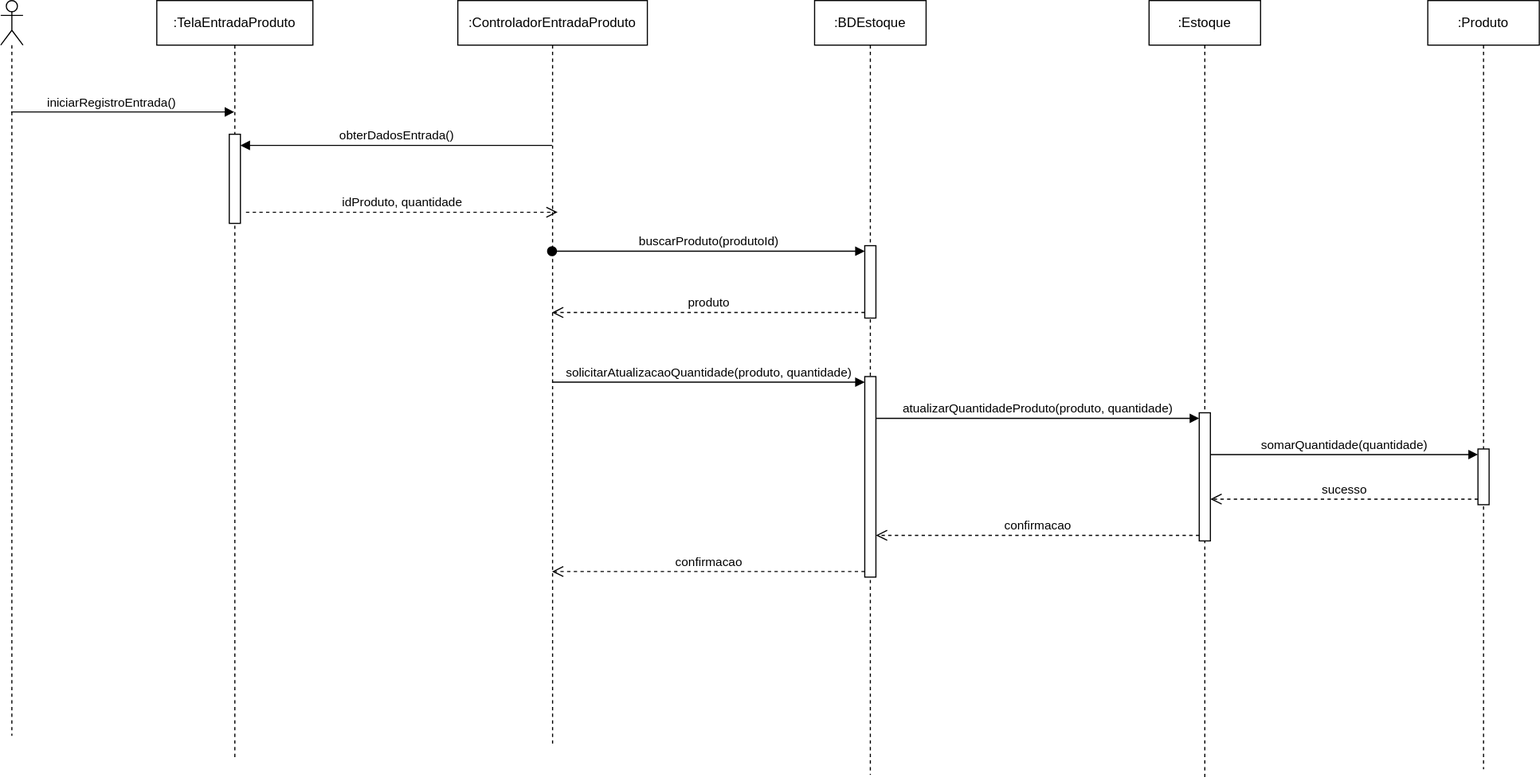
Luca-Saboia/Desenvolvimento-de-Sistemas-II keeps this draw.io diagram as DiagramaSequenciaFinalCorrigido.drawio.svg. Above is the earlier version. Source tidied: cells renumbered, new cells last; positions are measured from the earlier drawing's top-left corner, leaving out a move shared by most shapes. Source of this version:
```xml
<mxGraphModel>
  <root>
    <mxCell id="0" />
    <mxCell id="1" parent="0" />
    <mxCell id="2" style="shape=umlLifeline;perimeter=lifelinePerimeter;whiteSpace=wrap;html=1;newEdgeStyle={&quot;curved&quot;:0,&quot;rounded&quot;:0};participant=umlActor;" parent="1" vertex="1">
      <mxGeometry width="20" height="660" as="geometry" />
    </mxCell>
    <mxCell id="3" value=":TelaEntradaProduto" style="shape=umlLifeline;perimeter=lifelinePerimeter;whiteSpace=wrap;html=1;newEdgeStyle={&quot;curved&quot;:0,&quot;rounded&quot;:0};" parent="1" vertex="1">
      <mxGeometry x="140" width="140" height="680" as="geometry" />
    </mxCell>
    <mxCell id="4" style="html=1;points=[[0,0,0,0,5],[0,1,0,0,-5],[1,0,0,0,5],[1,1,0,0,-5]];perimeter=orthogonalPerimeter;outlineConnect=0;targetShapes=umlLifeline;portConstraint=eastwest;newEdgeStyle={&quot;curved&quot;:0,&quot;rounded&quot;:0};" parent="3" vertex="1">
      <mxGeometry x="65" y="120" width="10" height="80" as="geometry" />
    </mxCell>
    <mxCell id="5" value=":ControladorEntradaProduto" style="shape=umlLifeline;perimeter=lifelinePerimeter;whiteSpace=wrap;html=1;outlineConnect=0;portConstraint=eastwest;newEdgeStyle={&quot;curved&quot;:0,&quot;rounded&quot;:0};" parent="1" vertex="1">
      <mxGeometry x="410" width="170" height="670" as="geometry" />
    </mxCell>
    <mxCell id="6" value=":Produto" style="shape=umlLifeline;perimeter=lifelinePerimeter;whiteSpace=wrap;html=1;newEdgeStyle={&quot;curved&quot;:0,&quot;rounded&quot;:0};size=40;" parent="1" vertex="1">
      <mxGeometry x="1280" width="100" height="690" as="geometry" />
    </mxCell>
    <mxCell id="7" style="html=1;points=[[0,0,0,0,5],[0,1,0,0,-5],[1,0,0,0,5],[1,1,0,0,-5]];perimeter=orthogonalPerimeter;outlineConnect=0;targetShapes=umlLifeline;portConstraint=eastwest;newEdgeStyle={&quot;curved&quot;:0,&quot;rounded&quot;:0};" parent="6" vertex="1">
      <mxGeometry x="45" y="402.5" width="10" height="50" as="geometry" />
    </mxCell>
    <mxCell id="8" value=":Estoque" style="shape=umlLifeline;perimeter=lifelinePerimeter;whiteSpace=wrap;html=1;newEdgeStyle={&quot;curved&quot;:0,&quot;rounded&quot;:0};" parent="1" vertex="1">
      <mxGeometry x="1030" width="100" height="700" as="geometry" />
    </mxCell>
    <mxCell id="9" style="html=1;points=[[0,0,0,0,5],[0,1,0,0,-5],[1,0,0,0,5],[1,1,0,0,-5]];perimeter=orthogonalPerimeter;outlineConnect=0;targetShapes=umlLifeline;portConstraint=eastwest;newEdgeStyle={&quot;curved&quot;:0,&quot;rounded&quot;:0};" parent="8" vertex="1">
      <mxGeometry x="45" y="370" width="10" height="115" as="geometry" />
    </mxCell>
    <mxCell id="10" value="buscarProduto(produtoId)" style="html=1;verticalAlign=bottom;startArrow=oval;endArrow=block;startSize=8;curved=0;rounded=0;entryX=0;entryY=0;entryDx=0;entryDy=5;" parent="1" edge="1" source="5" target="15">
      <mxGeometry relative="1" as="geometry" />
    </mxCell>
    <mxCell id="11" value="produto" style="html=1;verticalAlign=bottom;endArrow=open;dashed=1;endSize=8;curved=0;rounded=0;exitX=0;exitY=1;exitDx=0;exitDy=-5;exitPerimeter=0;" parent="1" edge="1" source="15" target="5">
      <mxGeometry relative="1" as="geometry" />
    </mxCell>
    <mxCell id="12" style="endArrow=block;endFill=1;html=1;edgeStyle=orthogonalEdgeStyle;align=left;verticalAlign=top;rounded=0;" parent="1" edge="1">
      <mxGeometry x="-0.79" y="60" relative="1" as="geometry">
        <mxPoint x="9.3" y="100" as="sourcePoint" />
        <mxPoint x="209.5" y="100" as="targetPoint" />
        <Array as="points">
          <mxPoint x="110" y="100" />
          <mxPoint x="110" y="100" />
        </Array>
        <mxPoint x="-1" as="offset" />
      </mxGeometry>
    </mxCell>
    <mxCell id="13" value="iniciarRegistroEntrada()" style="edgeLabel;html=1;align=left;verticalAlign=bottom;" parent="12" vertex="1">
      <mxGeometry x="-1" relative="1" as="geometry">
        <mxPoint x="31" as="offset" />
      </mxGeometry>
    </mxCell>
    <mxCell id="14" value=":BDEstoque" style="shape=umlLifeline;perimeter=lifelinePerimeter;whiteSpace=wrap;html=1;newEdgeStyle={&quot;curved&quot;:0,&quot;rounded&quot;:0};" parent="1" vertex="1">
      <mxGeometry x="730" width="100" height="695" as="geometry" />
    </mxCell>
    <mxCell id="15" style="html=1;points=[[0,0,0,0,5],[0,1,0,0,-5],[1,0,0,0,5],[1,1,0,0,-5]];perimeter=orthogonalPerimeter;outlineConnect=0;targetShapes=umlLifeline;portConstraint=eastwest;newEdgeStyle={&quot;curved&quot;:0,&quot;rounded&quot;:0};" parent="14" vertex="1">
      <mxGeometry x="45" y="220" width="10" height="65" as="geometry" />
    </mxCell>
    <mxCell id="16" style="html=1;points=[[0,0,0,0,5],[0,1,0,0,-5],[1,0,0,0,5],[1,1,0,0,-5]];perimeter=orthogonalPerimeter;outlineConnect=0;targetShapes=umlLifeline;portConstraint=eastwest;newEdgeStyle={&quot;curved&quot;:0,&quot;rounded&quot;:0};" parent="14" vertex="1">
      <mxGeometry x="45" y="337.5" width="10" height="180" as="geometry" />
    </mxCell>
    <mxCell id="17" value="solicitarAtualizacaoQuantidade(produto, quantidade)" style="html=1;verticalAlign=bottom;endArrow=block;curved=0;rounded=0;entryX=0;entryY=0;entryDx=0;entryDy=5;" parent="1" edge="1" source="5" target="16">
      <mxGeometry relative="1" as="geometry" />
    </mxCell>
    <mxCell id="18" value="confirmacao" style="html=1;verticalAlign=bottom;endArrow=open;dashed=1;endSize=8;curved=0;rounded=0;exitX=0;exitY=1;exitDx=0;exitDy=-5;" parent="1" edge="1" source="16" target="5">
      <mxGeometry relative="1" as="geometry" />
    </mxCell>
    <mxCell id="19" value="confirmacao" style="html=1;verticalAlign=bottom;endArrow=open;dashed=1;endSize=8;curved=0;rounded=0;exitX=0;exitY=1;exitDx=0;exitDy=-5;" parent="1" edge="1" source="9" target="16">
      <mxGeometry relative="1" as="geometry" />
    </mxCell>
    <mxCell id="20" value="atualizarQuantidadeProduto(produto, quantidade)" style="html=1;verticalAlign=bottom;endArrow=block;curved=0;rounded=0;entryX=0;entryY=0;entryDx=0;entryDy=5;entryPerimeter=0;" parent="1" edge="1" source="16" target="9">
      <mxGeometry relative="1" as="geometry" />
    </mxCell>
    <mxCell id="21" value="sucesso" style="html=1;verticalAlign=bottom;endArrow=open;dashed=1;endSize=8;curved=0;rounded=0;exitX=0;exitY=1;exitDx=0;exitDy=-5;" parent="1" edge="1" source="7" target="9">
      <mxGeometry relative="1" as="geometry" />
    </mxCell>
    <mxCell id="22" value="somarQuantidade(quantidade)" style="html=1;verticalAlign=bottom;endArrow=block;curved=0;rounded=0;entryX=0;entryY=0;entryDx=0;entryDy=5;" parent="1" edge="1" source="9" target="7">
      <mxGeometry relative="1" as="geometry" />
    </mxCell>
    <mxCell id="23" value="idProduto, quantidade" style="html=1;verticalAlign=bottom;endArrow=open;dashed=1;endSize=8;curved=0;rounded=0;" parent="1" edge="1">
      <mxGeometry relative="1" as="geometry">
        <mxPoint x="220" y="190" as="sourcePoint" />
        <mxPoint x="499.5" y="190" as="targetPoint" />
      </mxGeometry>
    </mxCell>
    <mxCell id="24" value="obterDadosEntrada()" style="html=1;verticalAlign=bottom;endArrow=block;curved=0;rounded=0;" parent="1" edge="1" source="5" target="4">
      <mxGeometry relative="1" as="geometry">
        <Array as="points">
          <mxPoint x="380" y="130" />
        </Array>
      </mxGeometry>
    </mxCell>
  </root>
</mxGraphModel>
```
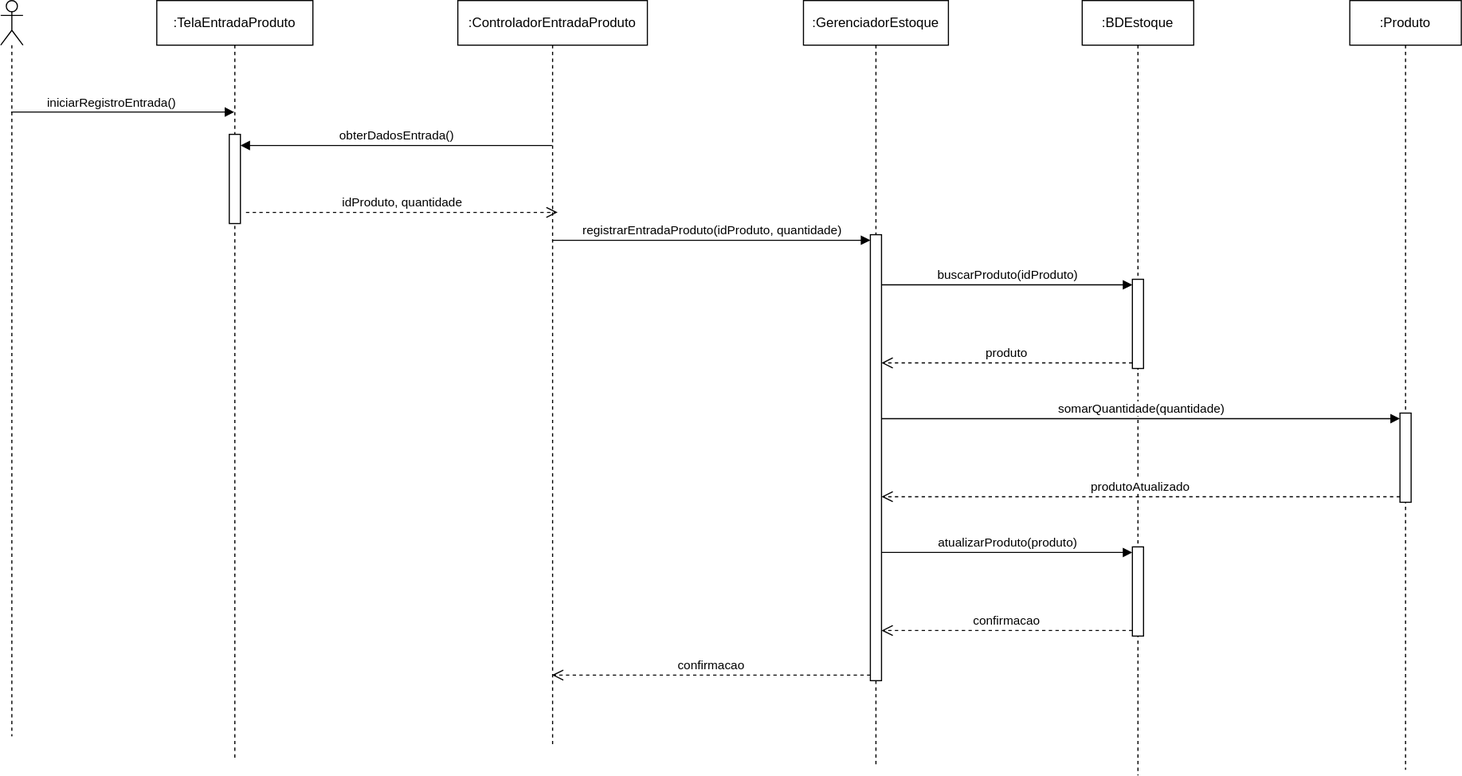
After the change.

Change to the diagram source:
```diff
@@ -15,23 +15,11 @@
       <mxGeometry x="410" width="170" height="670" as="geometry" />
     </mxCell>
     <mxCell id="6" value=":Produto" style="shape=umlLifeline;perimeter=lifelinePerimeter;whiteSpace=wrap;html=1;newEdgeStyle={&quot;curved&quot;:0,&quot;rounded&quot;:0};size=40;" parent="1" vertex="1">
-      <mxGeometry x="1280" width="100" height="690" as="geometry" />
+      <mxGeometry x="1210" width="100" height="690" as="geometry" />
     </mxCell>
-    <mxCell id="7" style="html=1;points=[[0,0,0,0,5],[0,1,0,0,-5],[1,0,0,0,5],[1,1,0,0,-5]];perimeter=orthogonalPerimeter;outlineConnect=0;targetShapes=umlLifeline;portConstraint=eastwest;newEdgeStyle={&quot;curved&quot;:0,&quot;rounded&quot;:0};" parent="6" vertex="1">
-      <mxGeometry x="45" y="402.5" width="10" height="50" as="geometry" />
-    </mxCell>
-    <mxCell id="8" value=":Estoque" style="shape=umlLifeline;perimeter=lifelinePerimeter;whiteSpace=wrap;html=1;newEdgeStyle={&quot;curved&quot;:0,&quot;rounded&quot;:0};" parent="1" vertex="1">
-      <mxGeometry x="1030" width="100" height="700" as="geometry" />
-    </mxCell>
-    <mxCell id="9" style="html=1;points=[[0,0,0,0,5],[0,1,0,0,-5],[1,0,0,0,5],[1,1,0,0,-5]];perimeter=orthogonalPerimeter;outlineConnect=0;targetShapes=umlLifeline;portConstraint=eastwest;newEdgeStyle={&quot;curved&quot;:0,&quot;rounded&quot;:0};" parent="8" vertex="1">
-      <mxGeometry x="45" y="370" width="10" height="115" as="geometry" />
-    </mxCell>
-    <mxCell id="10" value="buscarProduto(produtoId)" style="html=1;verticalAlign=bottom;startArrow=oval;endArrow=block;startSize=8;curved=0;rounded=0;entryX=0;entryY=0;entryDx=0;entryDy=5;" parent="1" edge="1" source="5" target="15">
-      <mxGeometry relative="1" as="geometry" />
-    </mxCell>
-    <mxCell id="11" value="produto" style="html=1;verticalAlign=bottom;endArrow=open;dashed=1;endSize=8;curved=0;rounded=0;exitX=0;exitY=1;exitDx=0;exitDy=-5;exitPerimeter=0;" parent="1" edge="1" source="15" target="5">
-      <mxGeometry relative="1" as="geometry" />
-    </mxCell>
+    <mxCell id="25" style="html=1;points=[[0,0,0,0,5],[0,1,0,0,-5],[1,0,0,0,5],[1,1,0,0,-5]];perimeter=orthogonalPerimeter;outlineConnect=0;targetShapes=umlLifeline;portConstraint=eastwest;newEdgeStyle={&quot;curved&quot;:0,&quot;rounded&quot;:0};" parent="6" vertex="1">
+      <mxGeometry x="45" y="370" width="10" height="80" as="geometry" />
+    </mxCell>
     <mxCell id="12" style="endArrow=block;endFill=1;html=1;edgeStyle=orthogonalEdgeStyle;align=left;verticalAlign=top;rounded=0;" parent="1" edge="1">
       <mxGeometry x="-0.79" y="60" relative="1" as="geometry">
         <mxPoint x="9.3" y="100" as="sourcePoint" />
@@ -49,32 +37,14 @@
       </mxGeometry>
     </mxCell>
     <mxCell id="14" value=":BDEstoque" style="shape=umlLifeline;perimeter=lifelinePerimeter;whiteSpace=wrap;html=1;newEdgeStyle={&quot;curved&quot;:0,&quot;rounded&quot;:0};" parent="1" vertex="1">
-      <mxGeometry x="730" width="100" height="695" as="geometry" />
+      <mxGeometry x="970" width="100" height="695" as="geometry" />
     </mxCell>
-    <mxCell id="15" style="html=1;points=[[0,0,0,0,5],[0,1,0,0,-5],[1,0,0,0,5],[1,1,0,0,-5]];perimeter=orthogonalPerimeter;outlineConnect=0;targetShapes=umlLifeline;portConstraint=eastwest;newEdgeStyle={&quot;curved&quot;:0,&quot;rounded&quot;:0};" parent="14" vertex="1">
-      <mxGeometry x="45" y="220" width="10" height="65" as="geometry" />
-    </mxCell>
-    <mxCell id="16" style="html=1;points=[[0,0,0,0,5],[0,1,0,0,-5],[1,0,0,0,5],[1,1,0,0,-5]];perimeter=orthogonalPerimeter;outlineConnect=0;targetShapes=umlLifeline;portConstraint=eastwest;newEdgeStyle={&quot;curved&quot;:0,&quot;rounded&quot;:0};" parent="14" vertex="1">
-      <mxGeometry x="45" y="337.5" width="10" height="180" as="geometry" />
-    </mxCell>
-    <mxCell id="17" value="solicitarAtualizacaoQuantidade(produto, quantidade)" style="html=1;verticalAlign=bottom;endArrow=block;curved=0;rounded=0;entryX=0;entryY=0;entryDx=0;entryDy=5;" parent="1" edge="1" source="5" target="16">
-      <mxGeometry relative="1" as="geometry" />
-    </mxCell>
-    <mxCell id="18" value="confirmacao" style="html=1;verticalAlign=bottom;endArrow=open;dashed=1;endSize=8;curved=0;rounded=0;exitX=0;exitY=1;exitDx=0;exitDy=-5;" parent="1" edge="1" source="16" target="5">
-      <mxGeometry relative="1" as="geometry" />
-    </mxCell>
-    <mxCell id="19" value="confirmacao" style="html=1;verticalAlign=bottom;endArrow=open;dashed=1;endSize=8;curved=0;rounded=0;exitX=0;exitY=1;exitDx=0;exitDy=-5;" parent="1" edge="1" source="9" target="16">
-      <mxGeometry relative="1" as="geometry" />
-    </mxCell>
-    <mxCell id="20" value="atualizarQuantidadeProduto(produto, quantidade)" style="html=1;verticalAlign=bottom;endArrow=block;curved=0;rounded=0;entryX=0;entryY=0;entryDx=0;entryDy=5;entryPerimeter=0;" parent="1" edge="1" source="16" target="9">
-      <mxGeometry relative="1" as="geometry" />
-    </mxCell>
-    <mxCell id="21" value="sucesso" style="html=1;verticalAlign=bottom;endArrow=open;dashed=1;endSize=8;curved=0;rounded=0;exitX=0;exitY=1;exitDx=0;exitDy=-5;" parent="1" edge="1" source="7" target="9">
-      <mxGeometry relative="1" as="geometry" />
-    </mxCell>
-    <mxCell id="22" value="somarQuantidade(quantidade)" style="html=1;verticalAlign=bottom;endArrow=block;curved=0;rounded=0;entryX=0;entryY=0;entryDx=0;entryDy=5;" parent="1" edge="1" source="9" target="7">
-      <mxGeometry relative="1" as="geometry" />
-    </mxCell>
+    <mxCell id="26" style="html=1;points=[[0,0,0,0,5],[0,1,0,0,-5],[1,0,0,0,5],[1,1,0,0,-5]];perimeter=orthogonalPerimeter;outlineConnect=0;targetShapes=umlLifeline;portConstraint=eastwest;newEdgeStyle={&quot;curved&quot;:0,&quot;rounded&quot;:0};" parent="14" vertex="1">
+      <mxGeometry x="45" y="250" width="10" height="80" as="geometry" />
+    </mxCell>
+    <mxCell id="27" style="html=1;points=[[0,0,0,0,5],[0,1,0,0,-5],[1,0,0,0,5],[1,1,0,0,-5]];perimeter=orthogonalPerimeter;outlineConnect=0;targetShapes=umlLifeline;portConstraint=eastwest;newEdgeStyle={&quot;curved&quot;:0,&quot;rounded&quot;:0};" parent="14" vertex="1">
+      <mxGeometry x="45" y="490" width="10" height="80" as="geometry" />
+    </mxCell>
     <mxCell id="23" value="idProduto, quantidade" style="html=1;verticalAlign=bottom;endArrow=open;dashed=1;endSize=8;curved=0;rounded=0;" parent="1" edge="1">
       <mxGeometry relative="1" as="geometry">
         <mxPoint x="220" y="190" as="sourcePoint" />
@@ -88,5 +58,35 @@
         </Array>
       </mxGeometry>
     </mxCell>
+    <mxCell id="28" value=":GerenciadorEstoque" style="shape=umlLifeline;perimeter=lifelinePerimeter;whiteSpace=wrap;html=1;newEdgeStyle={&quot;curved&quot;:0,&quot;rounded&quot;:0};" parent="1" vertex="1">
+      <mxGeometry x="720" width="130" height="685" as="geometry" />
+    </mxCell>
+    <mxCell id="29" style="html=1;points=[[0,0,0,0,5],[0,1,0,0,-5],[1,0,0,0,5],[1,1,0,0,-5]];perimeter=orthogonalPerimeter;outlineConnect=0;targetShapes=umlLifeline;portConstraint=eastwest;newEdgeStyle={&quot;curved&quot;:0,&quot;rounded&quot;:0};" parent="28" vertex="1">
+      <mxGeometry x="60" y="210" width="10" height="400" as="geometry" />
+    </mxCell>
+    <mxCell id="30" value="registrarEntradaProduto(idProduto, quantidade)" style="html=1;verticalAlign=bottom;endArrow=block;curved=0;rounded=0;entryX=0;entryY=0;entryDx=0;entryDy=5;" parent="1" edge="1" source="5" target="29">
+      <mxGeometry relative="1" as="geometry" />
+    </mxCell>
+    <mxCell id="31" value="confirmacao" style="html=1;verticalAlign=bottom;endArrow=open;dashed=1;endSize=8;curved=0;rounded=0;exitX=0;exitY=1;exitDx=0;exitDy=-5;" parent="1" edge="1" source="29" target="5">
+      <mxGeometry relative="1" as="geometry" />
+    </mxCell>
+    <mxCell id="32" value="buscarProduto(idProduto)" style="html=1;verticalAlign=bottom;endArrow=block;curved=0;rounded=0;entryX=0;entryY=0;entryDx=0;entryDy=5;" parent="1" edge="1" source="29" target="26">
+      <mxGeometry relative="1" as="geometry" />
+    </mxCell>
+    <mxCell id="11" value="produto" style="html=1;verticalAlign=bottom;endArrow=open;dashed=1;endSize=8;curved=0;rounded=0;exitX=0;exitY=1;exitDx=0;exitDy=-5;" parent="1" edge="1" source="26" target="29">
+      <mxGeometry relative="1" as="geometry" />
+    </mxCell>
+    <mxCell id="22" value="somarQuantidade(quantidade)" style="html=1;verticalAlign=bottom;endArrow=block;curved=0;rounded=0;entryX=0;entryY=0;entryDx=0;entryDy=5;" parent="1" edge="1" source="29" target="25">
+      <mxGeometry relative="1" as="geometry" />
+    </mxCell>
+    <mxCell id="33" value="produtoAtualizado" style="html=1;verticalAlign=bottom;endArrow=open;dashed=1;endSize=8;curved=0;rounded=0;exitX=0;exitY=1;exitDx=0;exitDy=-5;" parent="1" edge="1" source="25" target="29">
+      <mxGeometry relative="1" as="geometry" />
+    </mxCell>
+    <mxCell id="34" value="atualizarProduto(produto)" style="html=1;verticalAlign=bottom;endArrow=block;curved=0;rounded=0;entryX=0;entryY=0;entryDx=0;entryDy=5;" parent="1" edge="1" source="29" target="27">
+      <mxGeometry relative="1" as="geometry" />
+    </mxCell>
+    <mxCell id="35" value="confirmacao" style="html=1;verticalAlign=bottom;endArrow=open;dashed=1;endSize=8;curved=0;rounded=0;exitX=0;exitY=1;exitDx=0;exitDy=-5;" parent="1" edge="1" source="27" target="29">
+      <mxGeometry relative="1" as="geometry" />
+    </mxCell>
   </root>
 </mxGraphModel>
```
